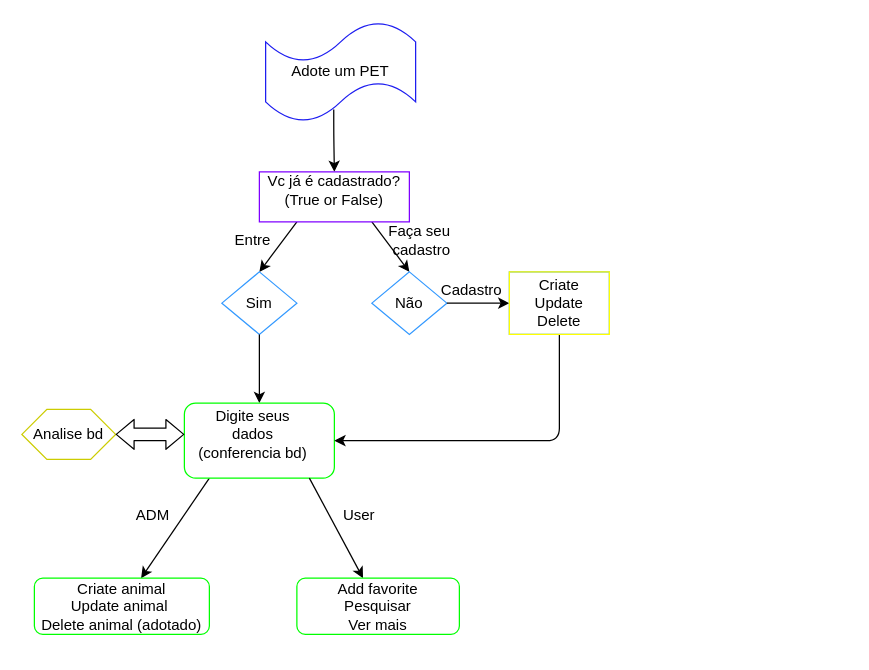
LucasSSDK/cadastro-news keeps this draw.io diagram as fluxograma.drawio. Above is the earlier version. Source tidied: cells renumbered, new cells numbered last; positions are measured from the earlier drawing's top-left corner, leaving out a move shared by most shapes. Both pictures are drawn from the tidied source at 125%, with x=0, y=0 at pixel (21, 21).
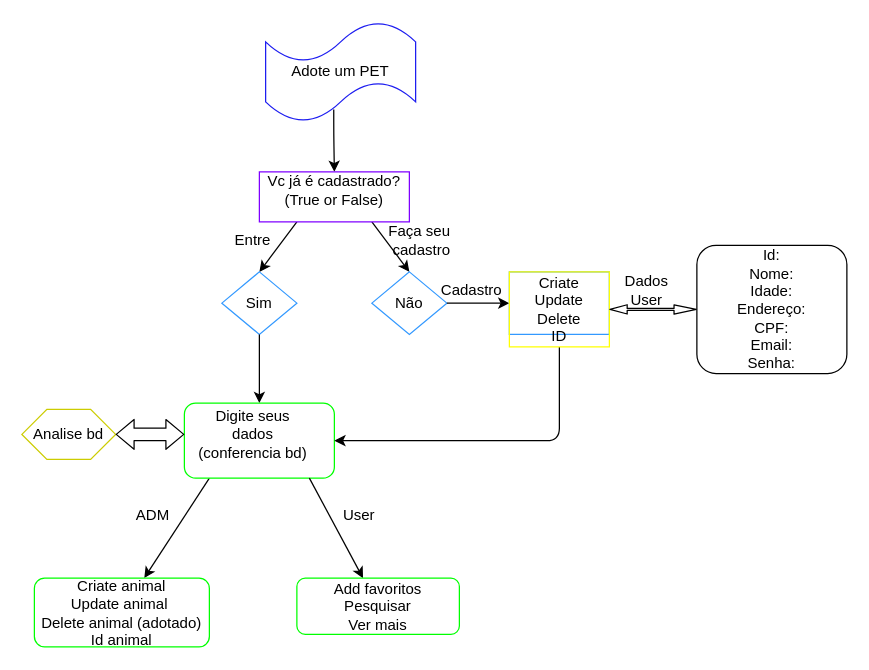
The same diagram, later.

The edit, as a diff of the source:
```diff
@@
-    <mxCell id="19" value="Criate&lt;br&gt;Update&lt;br&gt;Delete" style="text;html=1;strokeColor=#FFFF00;fillColor=none;align=center;verticalAlign=middle;whiteSpace=wrap;rounded=0;" parent="1" vertex="1">
-      <mxGeometry x="390" y="200" width="80" height="50" as="geometry" />
+    <mxCell id="19" value="Criate&lt;br&gt;Update&lt;br&gt;Delete&lt;br&gt;ID" style="text;html=1;strokeColor=#FFFF00;fillColor=none;align=center;verticalAlign=middle;whiteSpace=wrap;rounded=0;" parent="1" vertex="1">
+      <mxGeometry x="390" y="200" width="80" height="60" as="geometry" />
     </mxCell>
@@
-    <mxCell id="26" value="Criate animal&lt;br&gt;Update animal&amp;nbsp;&lt;br&gt;Delete animal (adotado)" style="rounded=1;whiteSpace=wrap;html=1;strokeColor=#00FF00;" parent="1" vertex="1">
-      <mxGeometry x="10" y="445" width="140" height="45" as="geometry" />
+    <mxCell id="26" value="Criate animal&lt;br&gt;Update animal&amp;nbsp;&lt;br&gt;Delete animal (adotado)&lt;br&gt;Id animal" style="rounded=1;whiteSpace=wrap;html=1;strokeColor=#00FF00;" parent="1" vertex="1">
+      <mxGeometry x="10" y="445" width="140" height="55" as="geometry" />
     </mxCell>
@@
-    <mxCell id="28" value="Add favorite&lt;br&gt;Pesquisar&lt;br&gt;Ver mais" style="rounded=1;whiteSpace=wrap;html=1;strokeColor=#00FF00;" parent="1" vertex="1">
+    <mxCell id="28" value="Add favoritos&lt;br&gt;Pesquisar&lt;br&gt;Ver mais" style="rounded=1;whiteSpace=wrap;html=1;strokeColor=#00FF00;" parent="1" vertex="1">
       <mxGeometry x="220" y="445" width="130" height="45" as="geometry" />
     </mxCell>
@@
+    <mxCell id="31" style="shape=flexArrow;endArrow=classic;startArrow=classic;html=1;exitX=1;exitY=0.5;exitDx=0;exitDy=0;endWidth=4.8;endSize=5.5920000000000005;width=1.6;startSize=4.247999999999999;startWidth=4.8;entryX=0;entryY=0.5;entryDx=0;entryDy=0;" parent="1" edge="1" source="19" target="32">
+      <mxGeometry relative="1" as="geometry" />
+    </mxCell>
+    <mxCell id="32" value="Id:&lt;br&gt;Nome:&lt;br&gt;Idade:&lt;br&gt;Endereço:&lt;br&gt;CPF:&lt;br&gt;Email:&lt;br&gt;Senha:" style="rounded=1;whiteSpace=wrap;html=1;" parent="1" vertex="1">
+      <mxGeometry x="540" y="178.8" width="120" height="102.5" as="geometry" />
+    </mxCell>
+    <mxCell id="33" value="Dados User" style="text;html=1;strokeColor=none;fillColor=none;align=center;verticalAlign=middle;whiteSpace=wrap;rounded=0;" parent="1" vertex="1">
+      <mxGeometry x="470" y="200" width="60" height="30" as="geometry" />
+    </mxCell>
```
